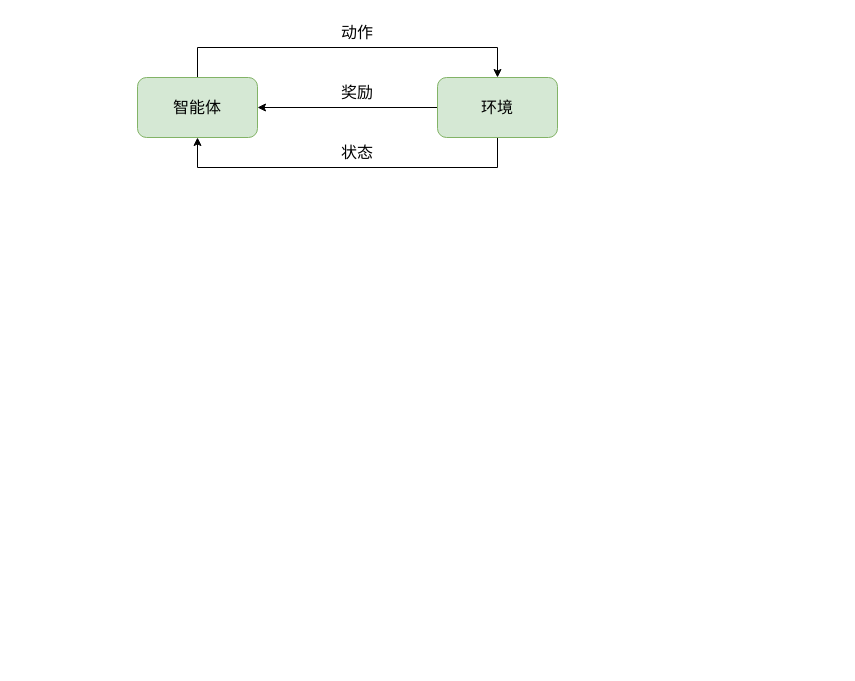
Above: rl.drawio in ZiqingYip/moment (draw.io), before the change. Source tidied: cells renumbered, new cells numbered last; positions are measured from the earlier drawing's top-left corner, leaving out a move shared by most shapes. Both pictures are drawn from the tidied source at 100%, with x=0, y=0 at pixel (137, 17).
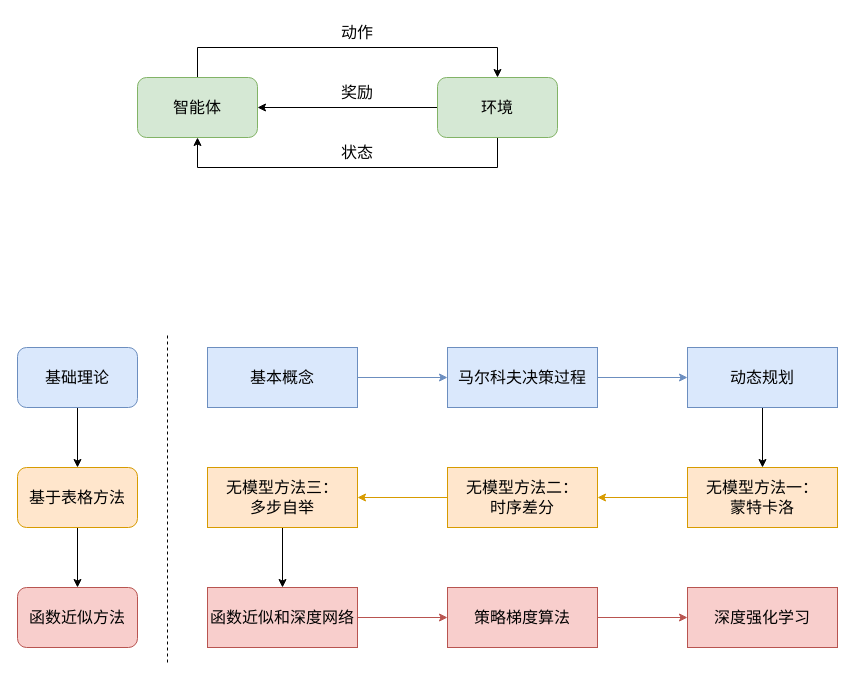
After the change.

Commit message:
Update rl.drawio: add learning path

Diff of the diagram source:
```diff
@@
+    <mxCell id="10" style="edgeStyle=orthogonalEdgeStyle;rounded=0;jettySize=auto;html=1;exitX=1;exitY=0.5;exitDx=0;exitDy=0;fontSize=16;fillColor=#dae8fc;strokeColor=#6c8ebf;" parent="1" edge="1" source="11" target="13">
+      <mxGeometry relative="1" as="geometry" />
+    </mxCell>
+    <mxCell id="11" value="基本概念" style="rounded=0;whiteSpace=wrap;html=1;fontSize=16;fillColor=#dae8fc;strokeColor=#6c8ebf;" parent="1" vertex="1">
+      <mxGeometry x="70" y="330" width="150" height="60" as="geometry" />
+    </mxCell>
+    <mxCell id="12" style="edgeStyle=orthogonalEdgeStyle;rounded=0;jettySize=auto;html=1;exitX=1;exitY=0.5;exitDx=0;exitDy=0;entryX=0;entryY=0.5;entryDx=0;entryDy=0;fontSize=16;fillColor=#dae8fc;strokeColor=#6c8ebf;" parent="1" edge="1" source="13" target="15">
+      <mxGeometry relative="1" as="geometry" />
+    </mxCell>
+    <mxCell id="13" value="马尔科夫决策过程" style="rounded=0;whiteSpace=wrap;html=1;fontSize=16;fillColor=#dae8fc;strokeColor=#6c8ebf;" parent="1" vertex="1">
+      <mxGeometry x="310" y="330" width="150" height="60" as="geometry" />
+    </mxCell>
+    <mxCell id="14" style="edgeStyle=orthogonalEdgeStyle;rounded=0;jettySize=auto;html=1;exitX=0.5;exitY=1;exitDx=0;exitDy=0;entryX=0.5;entryY=0;entryDx=0;entryDy=0;fontSize=16;" parent="1" edge="1" source="15" target="17">
+      <mxGeometry relative="1" as="geometry" />
+    </mxCell>
+    <mxCell id="15" value="动态规划" style="rounded=0;whiteSpace=wrap;html=1;fontSize=16;fillColor=#dae8fc;strokeColor=#6c8ebf;" parent="1" vertex="1">
+      <mxGeometry x="550" y="330" width="150" height="60" as="geometry" />
+    </mxCell>
+    <mxCell id="16" style="edgeStyle=orthogonalEdgeStyle;rounded=0;jettySize=auto;html=1;exitX=0;exitY=0.5;exitDx=0;exitDy=0;entryX=1;entryY=0.5;entryDx=0;entryDy=0;fontSize=16;fillColor=#ffe6cc;strokeColor=#d79b00;" parent="1" edge="1" source="17" target="19">
+      <mxGeometry relative="1" as="geometry" />
+    </mxCell>
+    <mxCell id="17" value="无模型方法一：&lt;br&gt;蒙特卡洛" style="rounded=0;whiteSpace=wrap;html=1;fontSize=16;fillColor=#ffe6cc;strokeColor=#d79b00;" parent="1" vertex="1">
+      <mxGeometry x="550" y="450" width="150" height="60" as="geometry" />
+    </mxCell>
+    <mxCell id="18" style="edgeStyle=orthogonalEdgeStyle;rounded=0;jettySize=auto;html=1;exitX=0;exitY=0.5;exitDx=0;exitDy=0;fontSize=16;fillColor=#ffe6cc;strokeColor=#d79b00;" parent="1" edge="1" source="19" target="21">
+      <mxGeometry relative="1" as="geometry" />
+    </mxCell>
+    <mxCell id="19" value="无模型方法二：&lt;br&gt;时序差分" style="rounded=0;whiteSpace=wrap;html=1;fontSize=16;fillColor=#ffe6cc;strokeColor=#d79b00;" parent="1" vertex="1">
+      <mxGeometry x="310" y="450" width="150" height="60" as="geometry" />
+    </mxCell>
+    <mxCell id="20" style="edgeStyle=orthogonalEdgeStyle;rounded=0;jettySize=auto;html=1;exitX=0.5;exitY=1;exitDx=0;exitDy=0;entryX=0.5;entryY=0;entryDx=0;entryDy=0;fontSize=16;" parent="1" edge="1" source="21" target="23">
+      <mxGeometry relative="1" as="geometry" />
+    </mxCell>
+    <mxCell id="21" value="无模型方法三：&lt;br&gt;多步自举" style="rounded=0;whiteSpace=wrap;html=1;fontSize=16;fillColor=#ffe6cc;strokeColor=#d79b00;" parent="1" vertex="1">
+      <mxGeometry x="70" y="450" width="150" height="60" as="geometry" />
+    </mxCell>
+    <mxCell id="22" style="edgeStyle=orthogonalEdgeStyle;rounded=0;jettySize=auto;html=1;exitX=1;exitY=0.5;exitDx=0;exitDy=0;entryX=0;entryY=0.5;entryDx=0;entryDy=0;fontSize=16;fillColor=#f8cecc;strokeColor=#b85450;" parent="1" edge="1" source="23" target="25">
+      <mxGeometry relative="1" as="geometry" />
+    </mxCell>
+    <mxCell id="23" value="函数近似和深度网络" style="rounded=0;whiteSpace=wrap;html=1;fontSize=16;fillColor=#f8cecc;strokeColor=#b85450;" parent="1" vertex="1">
+      <mxGeometry x="70" y="570" width="150" height="60" as="geometry" />
+    </mxCell>
+    <mxCell id="24" style="edgeStyle=orthogonalEdgeStyle;rounded=0;jettySize=auto;html=1;exitX=1;exitY=0.5;exitDx=0;exitDy=0;entryX=0;entryY=0.5;entryDx=0;entryDy=0;fontSize=16;fillColor=#f8cecc;strokeColor=#b85450;" parent="1" edge="1" source="25" target="26">
+      <mxGeometry relative="1" as="geometry" />
+    </mxCell>
+    <mxCell id="25" value="策略梯度算法" style="rounded=0;whiteSpace=wrap;html=1;fontSize=16;fillColor=#f8cecc;strokeColor=#b85450;" parent="1" vertex="1">
+      <mxGeometry x="310" y="570" width="150" height="60" as="geometry" />
+    </mxCell>
+    <mxCell id="26" value="深度强化学习" style="rounded=0;whiteSpace=wrap;html=1;fontSize=16;fillColor=#f8cecc;strokeColor=#b85450;" parent="1" vertex="1">
+      <mxGeometry x="550" y="570" width="150" height="60" as="geometry" />
+    </mxCell>
+    <mxCell id="27" style="edgeStyle=orthogonalEdgeStyle;rounded=0;jettySize=auto;html=1;exitX=0.5;exitY=1;exitDx=0;exitDy=0;entryX=0.5;entryY=0;entryDx=0;entryDy=0;fontSize=16;" parent="1" edge="1" source="28" target="30">
+      <mxGeometry relative="1" as="geometry" />
+    </mxCell>
+    <mxCell id="28" value="基础理论" style="rounded=1;whiteSpace=wrap;html=1;fontSize=16;fillColor=#dae8fc;strokeColor=#6c8ebf;" parent="1" vertex="1">
+      <mxGeometry x="-120" y="330" width="120" height="60" as="geometry" />
+    </mxCell>
+    <mxCell id="29" style="edgeStyle=orthogonalEdgeStyle;rounded=0;jettySize=auto;html=1;exitX=0.5;exitY=1;exitDx=0;exitDy=0;entryX=0.5;entryY=0;entryDx=0;entryDy=0;fontSize=16;" parent="1" edge="1" source="30" target="31">
+      <mxGeometry relative="1" as="geometry" />
+    </mxCell>
+    <mxCell id="30" value="基于表格方法" style="rounded=1;whiteSpace=wrap;html=1;fontSize=16;fillColor=#ffe6cc;strokeColor=#d79b00;" parent="1" vertex="1">
+      <mxGeometry x="-120" y="450" width="120" height="60" as="geometry" />
+    </mxCell>
+    <mxCell id="31" value="函数近似方法" style="rounded=1;whiteSpace=wrap;html=1;fontSize=16;fillColor=#f8cecc;strokeColor=#b85450;" parent="1" vertex="1">
+      <mxGeometry x="-120" y="570" width="120" height="60" as="geometry" />
+    </mxCell>
+    <mxCell id="32" style="endArrow=none;html=1;rounded=0;fontSize=16;dashed=1;" parent="1" edge="1">
+      <mxGeometry relative="1" as="geometry">
+        <mxPoint x="30" y="645" as="sourcePoint" />
+        <mxPoint x="30" y="315" as="targetPoint" />
+      </mxGeometry>
+    </mxCell>
```
